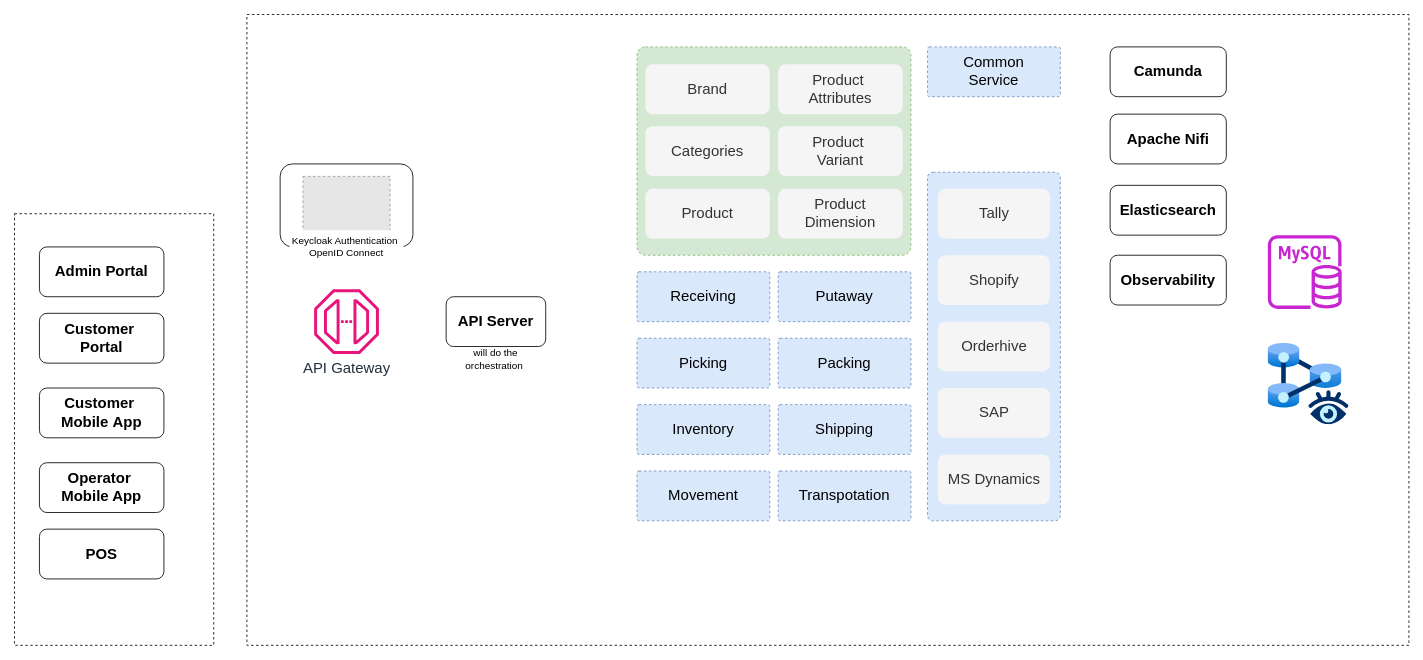
Before: page "hld" (1 of 2) of diagrams/component_diagram.drawio in deebendukumar/dispatcher, a draw.io diagram. Source tidied: cells renumbered, new cells numbered last; positions are measured from the earlier drawing's top-left corner, leaving out a move shared by most shapes. Both pictures are drawn from the tidied source at 83%, with x=0, y=0 at pixel (14, 14). Pictures stored in the file or linked from it are replaced by grey dashed boxes.
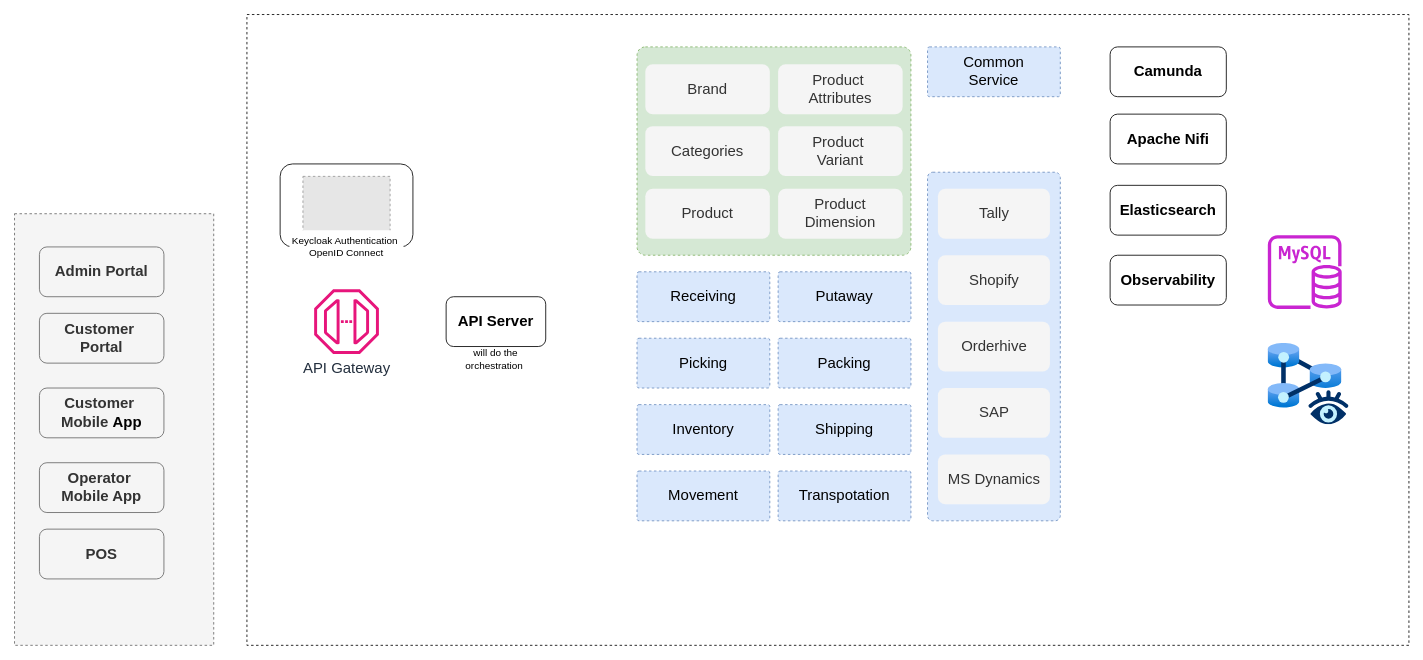
Above is the later version.

What changed in the source:
```diff
@@
-    <mxCell id="3" style="rounded=0;whiteSpace=wrap;html=1;arcSize=12;dashed=1;" parent="1" vertex="1">
+    <mxCell id="3" style="rounded=0;whiteSpace=wrap;html=1;arcSize=12;dashed=1;fillColor=#f5f5f5;fontColor=#333333;strokeColor=#666666;" parent="1" vertex="1">
       <mxGeometry y="240" width="240" height="520" as="geometry" />
     </mxCell>
@@
-    <mxCell id="36" value="&lt;font style=&quot;font-size: 18px;&quot;&gt;&lt;b&gt;Admin Portal&lt;/b&gt;&lt;/font&gt;" style="rounded=1;whiteSpace=wrap;html=1;" parent="1" vertex="1">
+    <mxCell id="36" value="&lt;font style=&quot;font-size: 18px;&quot;&gt;&lt;b&gt;Admin Portal&lt;/b&gt;&lt;/font&gt;" style="rounded=1;whiteSpace=wrap;html=1;fillColor=#f5f5f5;fontColor=#333333;strokeColor=#666666;" parent="1" vertex="1">
       <mxGeometry x="30" y="280" width="150" height="60" as="geometry" />
     </mxCell>
-    <mxCell id="37" value="&lt;font style=&quot;font-size: 18px;&quot;&gt;&lt;b&gt;Customer&amp;nbsp;&lt;/b&gt;&lt;/font&gt;&lt;div&gt;&lt;font style=&quot;font-size: 18px;&quot;&gt;&lt;b&gt;Portal&lt;/b&gt;&lt;/font&gt;&lt;/div&gt;" style="rounded=1;whiteSpace=wrap;html=1;" parent="1" vertex="1">
+    <mxCell id="37" value="&lt;font style=&quot;font-size: 18px;&quot;&gt;&lt;b&gt;Customer&amp;nbsp;&lt;/b&gt;&lt;/font&gt;&lt;div&gt;&lt;font style=&quot;font-size: 18px;&quot;&gt;&lt;b&gt;Portal&lt;/b&gt;&lt;/font&gt;&lt;/div&gt;" style="rounded=1;whiteSpace=wrap;html=1;fillColor=#f5f5f5;fontColor=#333333;strokeColor=#666666;" parent="1" vertex="1">
       <mxGeometry x="30" y="360" width="150" height="60" as="geometry" />
     </mxCell>
-    <mxCell id="38" value="&lt;span style=&quot;font-size: 18px;&quot;&gt;&lt;b&gt;Customer&amp;nbsp;&lt;/b&gt;&lt;/span&gt;&lt;div&gt;&lt;span style=&quot;font-size: 18px;&quot;&gt;&lt;b&gt;Mobile&amp;nbsp;&lt;/b&gt;&lt;/span&gt;&lt;b style=&quot;font-size: 18px; background-color: transparent; color: light-dark(rgb(0, 0, 0), rgb(255, 255, 255));&quot;&gt;App&lt;/b&gt;&lt;/div&gt;" style="rounded=1;whiteSpace=wrap;html=1;" parent="1" vertex="1">
+    <mxCell id="38" value="&lt;span style=&quot;font-size: 18px;&quot;&gt;&lt;b&gt;Customer&amp;nbsp;&lt;/b&gt;&lt;/span&gt;&lt;div&gt;&lt;span style=&quot;font-size: 18px;&quot;&gt;&lt;b&gt;Mobile&amp;nbsp;&lt;/b&gt;&lt;/span&gt;&lt;b style=&quot;font-size: 18px; background-color: transparent; color: light-dark(rgb(0, 0, 0), rgb(255, 255, 255));&quot;&gt;App&lt;/b&gt;&lt;/div&gt;" style="rounded=1;whiteSpace=wrap;html=1;fillColor=#f5f5f5;fontColor=#333333;strokeColor=#666666;" parent="1" vertex="1">
       <mxGeometry x="30" y="450" width="150" height="60" as="geometry" />
     </mxCell>
-    <mxCell id="39" value="&lt;span style=&quot;font-size: 18px;&quot;&gt;&lt;b&gt;Operator&amp;nbsp;&lt;/b&gt;&lt;/span&gt;&lt;div&gt;&lt;span style=&quot;font-size: 18px;&quot;&gt;&lt;b&gt;Mobile App&lt;/b&gt;&lt;/span&gt;&lt;/div&gt;" style="rounded=1;whiteSpace=wrap;html=1;" parent="1" vertex="1">
+    <mxCell id="39" value="&lt;span style=&quot;font-size: 18px;&quot;&gt;&lt;b&gt;Operator&amp;nbsp;&lt;/b&gt;&lt;/span&gt;&lt;div&gt;&lt;span style=&quot;font-size: 18px;&quot;&gt;&lt;b&gt;Mobile App&lt;/b&gt;&lt;/span&gt;&lt;/div&gt;" style="rounded=1;whiteSpace=wrap;html=1;fillColor=#f5f5f5;fontColor=#333333;strokeColor=#666666;" parent="1" vertex="1">
       <mxGeometry x="30" y="540" width="150" height="60" as="geometry" />
     </mxCell>
@@
-    <mxCell id="42" value="&lt;span style=&quot;font-size: 18px;&quot;&gt;&lt;b&gt;POS&lt;/b&gt;&lt;/span&gt;" style="rounded=1;whiteSpace=wrap;html=1;" parent="1" vertex="1">
+    <mxCell id="42" value="&lt;span style=&quot;font-size: 18px;&quot;&gt;&lt;b&gt;POS&lt;/b&gt;&lt;/span&gt;" style="rounded=1;whiteSpace=wrap;html=1;fillColor=#f5f5f5;fontColor=#333333;strokeColor=#666666;" parent="1" vertex="1">
       <mxGeometry x="30" y="620" width="150" height="60" as="geometry" />
     </mxCell>
```
